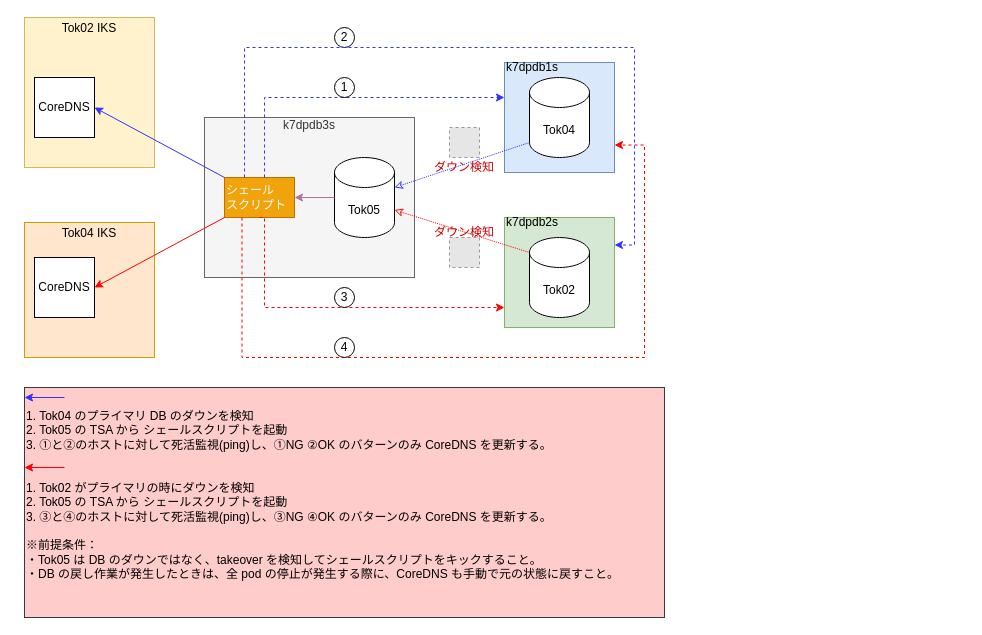
Before: page "Copy of Page-12" (13 of 16) of Untitled Diagram.drawio in stefan21jp/Liberty, a draw.io diagram. Source tidied: cells renumbered, new cells numbered last; positions are measured from the earlier drawing's top-left corner, leaving out a move shared by most shapes. Both pictures are drawn from the tidied source at 100%, with x=0, y=0 at pixel (24, 17). Pictures stored in the file or linked from it are replaced by grey dashed boxes.
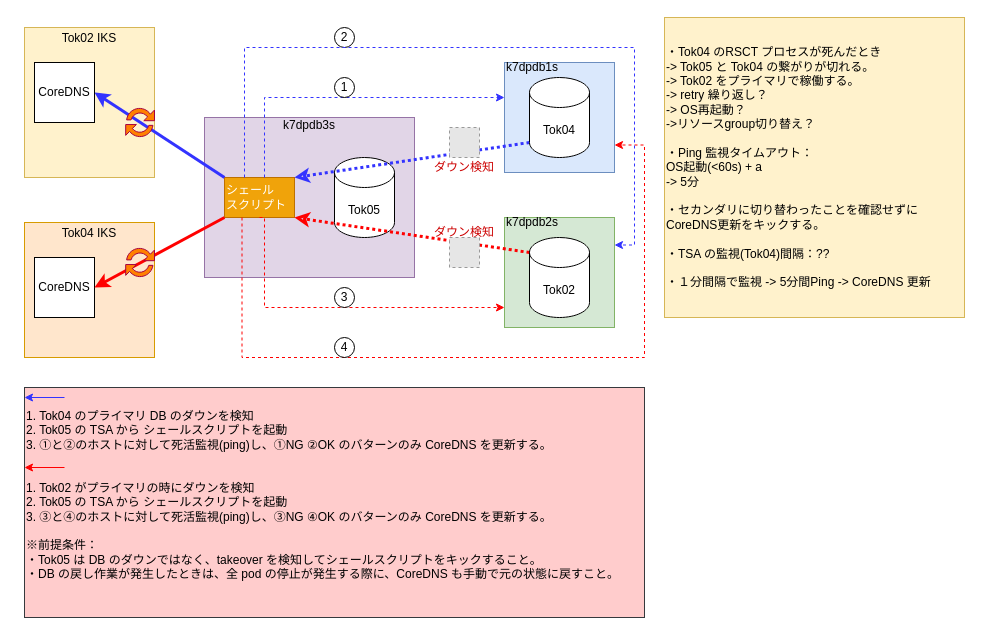
The same diagram, later.

Unchanged cells that the change refers to:
```xml
<mxCell id="3" value="&lt;div&gt;シェール&lt;/div&gt;&lt;div&gt;スクリプト&lt;br&gt;&lt;/div&gt;" style="rounded=0;whiteSpace=wrap;html=1;strokeColor=#BD7000;fillColor=#f0a30a;fontSize=12;align=left;fontColor=#ffffff;" parent="1" vertex="1">
  <mxGeometry x="200" y="160" width="70" height="40" as="geometry" />
</mxCell>
<mxCell id="4" value="&lt;div&gt;k7dpdb2s&lt;/div&gt;&lt;div&gt;&lt;br&gt;&lt;/div&gt;&lt;div&gt;&lt;br&gt;&lt;/div&gt;&lt;div&gt;&lt;br&gt;&lt;/div&gt;&lt;div&gt;&lt;br&gt;&lt;/div&gt;&lt;div&gt;&lt;br&gt;&lt;/div&gt;&lt;div&gt;&lt;br&gt;&lt;/div&gt;&lt;div&gt;&lt;br&gt;&lt;/div&gt;" style="whiteSpace=wrap;html=1;strokeColor=#82b366;fillColor=#d5e8d4;fontSize=12;align=left;" parent="1" vertex="1">
  <mxGeometry x="480" y="200" width="110" height="110" as="geometry" />
</mxCell>
<mxCell id="5" value="&lt;div&gt;k7dpdb1s&lt;/div&gt;&lt;div&gt;&lt;br&gt;&lt;/div&gt;&lt;div&gt;&lt;br&gt;&lt;/div&gt;&lt;div&gt;&lt;br&gt;&lt;/div&gt;&lt;div&gt;&lt;br&gt;&lt;/div&gt;&lt;div&gt;&lt;br&gt;&lt;/div&gt;&lt;div&gt;&lt;br&gt;&lt;/div&gt;&lt;div&gt;&lt;br&gt;&lt;/div&gt;" style="whiteSpace=wrap;html=1;strokeColor=#6c8ebf;fillColor=#dae8fc;fontSize=12;align=left;" parent="1" vertex="1">
  <mxGeometry x="480" y="45" width="110" height="110" as="geometry" />
</mxCell>
<mxCell id="8" value="Tok05" style="shape=cylinder3;whiteSpace=wrap;html=1;boundedLbl=1;backgroundOutline=1;size=15;" parent="1" vertex="1">
  <mxGeometry x="310" y="140" width="60" height="80" as="geometry" />
</mxCell>
<mxCell id="10" value="Tok04" style="shape=cylinder3;whiteSpace=wrap;html=1;boundedLbl=1;backgroundOutline=1;size=15;" parent="1" vertex="1">
  <mxGeometry x="505" y="60" width="60" height="80" as="geometry" />
</mxCell>
<mxCell id="12" value="Tok02" style="shape=cylinder3;whiteSpace=wrap;html=1;boundedLbl=1;backgroundOutline=1;size=15;" parent="1" vertex="1">
  <mxGeometry x="505" y="220" width="60" height="80" as="geometry" />
</mxCell>
<mxCell id="15" value="CoreDNS" style="whiteSpace=wrap;html=1;" parent="1" vertex="1">
  <mxGeometry x="10" y="240" width="60" height="60" as="geometry" />
</mxCell>
```

Diff of the diagram source:
```diff
@@
-    <mxCell id="2" value="&lt;div&gt;k7dpdb3s&lt;/div&gt;&lt;div&gt;&lt;br&gt;&lt;/div&gt;&lt;div&gt;&lt;br&gt;&lt;/div&gt;&lt;div&gt;&lt;br&gt;&lt;/div&gt;&lt;div&gt;&lt;br&gt;&lt;/div&gt;&lt;div&gt;&lt;br&gt;&lt;/div&gt;&lt;div&gt;&lt;br&gt;&lt;/div&gt;&lt;div&gt;&lt;br&gt;&lt;/div&gt;&lt;div&gt;&lt;br&gt;&lt;/div&gt;&lt;div&gt;&lt;br&gt;&lt;/div&gt;&lt;div&gt;&amp;nbsp; &lt;br&gt;&lt;/div&gt;" style="rounded=0;whiteSpace=wrap;html=1;strokeColor=#666666;fillColor=#f5f5f5;fontSize=12;align=center;fontColor=#333333;" parent="1" vertex="1">
+    <mxCell id="2" value="&lt;div&gt;k7dpdb3s&lt;/div&gt;&lt;div&gt;&lt;br&gt;&lt;/div&gt;&lt;div&gt;&lt;br&gt;&lt;/div&gt;&lt;div&gt;&lt;br&gt;&lt;/div&gt;&lt;div&gt;&lt;br&gt;&lt;/div&gt;&lt;div&gt;&lt;br&gt;&lt;/div&gt;&lt;div&gt;&lt;br&gt;&lt;/div&gt;&lt;div&gt;&lt;br&gt;&lt;/div&gt;&lt;div&gt;&lt;br&gt;&lt;/div&gt;&lt;div&gt;&lt;br&gt;&lt;/div&gt;&lt;div&gt;&amp;nbsp; &lt;br&gt;&lt;/div&gt;" style="rounded=0;whiteSpace=wrap;html=1;strokeColor=#9673a6;fillColor=#e1d5e7;fontSize=12;align=center;" parent="1" vertex="1">
       <mxGeometry x="180" y="100" width="210" height="160" as="geometry" />
     </mxCell>
@@
     <mxCell id="7" value="&lt;div align=&quot;center&quot;&gt;Tok02 IKS&lt;/div&gt;&lt;div align=&quot;center&quot;&gt;&lt;br&gt;&lt;/div&gt;&lt;div align=&quot;center&quot;&gt;&lt;br&gt;&lt;/div&gt;&lt;div align=&quot;center&quot;&gt;&lt;br&gt;&lt;/div&gt;&lt;div align=&quot;center&quot;&gt;&lt;br&gt;&lt;/div&gt;&lt;div align=&quot;center&quot;&gt;&lt;br&gt;&lt;/div&gt;&lt;div align=&quot;center&quot;&gt;&lt;br&gt;&lt;/div&gt;&lt;div align=&quot;center&quot;&gt;&lt;br&gt;&lt;/div&gt;&lt;div align=&quot;center&quot;&gt;&lt;br&gt;&lt;/div&gt;&lt;div align=&quot;center&quot;&gt;&lt;br&gt;&lt;/div&gt;" style="rounded=0;whiteSpace=wrap;html=1;align=center;fillColor=#fff2cc;strokeColor=#d6b656;" parent="1" vertex="1">
-      <mxGeometry width="130" height="150" as="geometry" />
+      <mxGeometry y="10" width="130" height="150" as="geometry" />
     </mxCell>
@@
-    <mxCell id="9" style="rounded=0;jettySize=auto;html=1;exitX=0;exitY=1;exitDx=0;exitDy=-15;exitPerimeter=0;strokeColor=#3333FF;dashed=1;dashPattern=1 1;endArrow=classic;endFill=0;" parent="1" edge="1" source="10" target="8">
-      <mxGeometry relative="1" as="geometry" />
+    <mxCell id="9" style="rounded=0;jettySize=auto;html=1;exitX=0;exitY=1;exitDx=0;exitDy=-15;exitPerimeter=0;strokeColor=#3333FF;dashed=1;dashPattern=1 1;endArrow=classic;endFill=0;strokeWidth=3;entryX=1;entryY=0;entryDx=0;entryDy=0;" parent="1" edge="1" source="10" target="3">
+      <mxGeometry x="130" y="80" as="geometry" />
     </mxCell>
@@
-    <mxCell id="11" style="edgeStyle=none;rounded=0;jettySize=auto;html=1;exitX=0;exitY=0;exitDx=0;exitDy=15;exitPerimeter=0;entryX=1;entryY=0;entryDx=0;entryDy=52.5;entryPerimeter=0;strokeColor=#FF0000;dashed=1;dashPattern=1 1;endArrow=classic;endFill=0;" parent="1" edge="1" source="12" target="8">
-      <mxGeometry relative="1" as="geometry" />
+    <mxCell id="11" style="edgeStyle=none;rounded=0;jettySize=auto;html=1;exitX=0;exitY=0;exitDx=0;exitDy=15;exitPerimeter=0;strokeColor=#FF0000;dashed=1;dashPattern=1 1;endArrow=classic;endFill=0;strokeWidth=3;entryX=1;entryY=1;entryDx=0;entryDy=0;" parent="1" edge="1" source="12" target="3">
+      <mxGeometry x="130" y="80" as="geometry" />
     </mxCell>
@@
-    <mxCell id="13" style="rounded=0;jettySize=auto;html=1;exitX=0;exitY=0;exitDx=0;exitDy=0;entryX=1;entryY=0.5;entryDx=0;entryDy=0;strokeColor=#3333FF;" parent="1" edge="1" source="3" target="26">
-      <mxGeometry relative="1" as="geometry" />
+    <mxCell id="13" style="rounded=0;jettySize=auto;html=1;exitX=0;exitY=0;exitDx=0;exitDy=0;entryX=1;entryY=0.5;entryDx=0;entryDy=0;strokeColor=#3333FF;strokeWidth=3;" parent="1" edge="1" source="3" target="26">
+      <mxGeometry x="130" y="80" as="geometry" />
     </mxCell>
     <mxCell id="14" style="edgeStyle=orthogonalEdgeStyle;rounded=0;orthogonalLoop=1;jettySize=auto;html=1;strokeColor=#3333FF;dashed=1;" parent="1" edge="1">
-      <mxGeometry relative="1" as="geometry">
+      <mxGeometry x="130" y="80" as="geometry">
         <mxPoint x="240" y="160" as="sourcePoint" />
         <mxPoint x="480" y="80" as="targetPoint" />
         <Array as="points">
           <mxPoint x="240" y="160" />
           <mxPoint x="240" y="80" />
         </Array>
       </mxGeometry>
     </mxCell>
@@
-    <mxCell id="16" style="rounded=0;jettySize=auto;html=1;exitX=0;exitY=1;exitDx=0;exitDy=0;entryX=1;entryY=0.5;entryDx=0;entryDy=0;strokeColor=#FF0000;" parent="1" edge="1" source="3" target="15">
-      <mxGeometry relative="1" as="geometry" />
+    <mxCell id="16" style="rounded=0;jettySize=auto;html=1;exitX=0;exitY=1;exitDx=0;exitDy=0;entryX=1;entryY=0.5;entryDx=0;entryDy=0;strokeColor=#FF0000;strokeWidth=3;" parent="1" edge="1" source="3" target="15">
+      <mxGeometry x="130" y="80" as="geometry" />
     </mxCell>
     <mxCell id="17" style="edgeStyle=orthogonalEdgeStyle;rounded=0;jettySize=auto;html=1;exitX=0.5;exitY=1;exitDx=0;exitDy=0;dashed=1;strokeColor=#FF0000;" parent="1" edge="1" source="3">
-      <mxGeometry relative="1" as="geometry">
+      <mxGeometry x="130" y="80" as="geometry">
         <mxPoint x="480" y="290" as="targetPoint" />
         <Array as="points">
           <mxPoint x="240" y="200" />
           <mxPoint x="240" y="290" />
         </Array>
       </mxGeometry>
     </mxCell>
     <mxCell id="18" style="edgeStyle=orthogonalEdgeStyle;rounded=0;jettySize=auto;html=1;exitX=0.25;exitY=1;exitDx=0;exitDy=0;dashed=1;strokeColor=#FF0000;entryX=1;entryY=0.75;entryDx=0;entryDy=0;" parent="1" edge="1" source="3" target="5">
-      <mxGeometry relative="1" as="geometry">
+      <mxGeometry x="130" y="80" as="geometry">
         <Array as="points">
           <mxPoint x="218" y="340" />
           <mxPoint x="620" y="340" />
           <mxPoint x="620" y="128" />
         </Array>
       </mxGeometry>
     </mxCell>
@@
     <mxCell id="23" value="&lt;div style=&quot;font-size: 12px&quot;&gt;1. Tok04 のプライマリ DB のダウンを検知&lt;/div&gt;&lt;div style=&quot;font-size: 12px&quot;&gt;2. Tok05 の TSA から シェールスクリプトを起動&lt;/div&gt;&lt;div style=&quot;font-size: 12px&quot;&gt;3. ①と②のホストに対して死活監視(ping)し、①NG ②OK のバターンのみ CoreDNS を更新する。&lt;/div&gt;&lt;div style=&quot;font-size: 12px&quot;&gt;&lt;br style=&quot;font-size: 12px&quot;&gt;&lt;/div&gt;&lt;div style=&quot;font-size: 12px&quot;&gt;&lt;br style=&quot;font-size: 12px&quot;&gt;&lt;/div&gt;&lt;div style=&quot;font-size: 12px&quot;&gt;&lt;div style=&quot;font-size: 12px&quot;&gt;1. Tok02 がプライマリの時にダウンを検知&lt;/div&gt;&lt;div style=&quot;font-size: 12px&quot;&gt;2. Tok05 の TSA から シェールスクリプトを起動&lt;/div&gt;&lt;div style=&quot;font-size: 12px&quot;&gt;3. ③と④のホストに対して死活監視(ping)し、③NG ④OK のバターンのみ CoreDNS を更新する。&lt;/div&gt;&lt;div style=&quot;font-size: 12px&quot;&gt;&lt;br style=&quot;font-size: 12px&quot;&gt;&lt;/div&gt;&lt;div style=&quot;font-size: 12px&quot;&gt;※前提条件：&lt;/div&gt;&lt;div style=&quot;font-size: 12px&quot;&gt;・Tok05 は DB のダウンではなく、takeover を検知してシェールスクリプトをキックすること。&lt;/div&gt;&lt;div style=&quot;font-size: 12px&quot;&gt;・DB の戻し作業が発生したときは、全 pod の停止が発生する際に、CoreDNS も手動で元の状態に戻すこと。&lt;/div&gt;&lt;div style=&quot;font-size: 12px&quot;&gt;&lt;br style=&quot;font-size: 12px&quot;&gt;&lt;/div&gt;&lt;/div&gt;" style="rounded=0;whiteSpace=wrap;html=1;align=left;fontSize=12;fillColor=#ffcccc;strokeColor=#36393d;" parent="1" vertex="1">
-      <mxGeometry y="370" width="640" height="230" as="geometry" />
+      <mxGeometry y="370" width="620" height="230" as="geometry" />
     </mxCell>
     <mxCell id="24" style="endArrow=classic;html=1;strokeColor=#FF0000;fontSize=14;" parent="1" edge="1">
-      <mxGeometry relative="1" as="geometry">
+      <mxGeometry x="130" y="80" as="geometry">
         <mxPoint x="40" y="450" as="sourcePoint" />
         <mxPoint y="450" as="targetPoint" />
       </mxGeometry>
     </mxCell>
     <mxCell id="25" style="endArrow=classic;html=1;fontSize=14;strokeColor=#3333FF;" parent="1" edge="1">
-      <mxGeometry relative="1" as="geometry">
+      <mxGeometry x="130" y="80" as="geometry">
         <mxPoint x="40" y="380" as="sourcePoint" />
         <mxPoint y="380" as="targetPoint" />
       </mxGeometry>
     </mxCell>
     <mxCell id="26" value="CoreDNS" style="whiteSpace=wrap;html=1;" parent="1" vertex="1">
-      <mxGeometry x="10" y="60" width="60" height="60" as="geometry" />
+      <mxGeometry x="10" y="45" width="60" height="60" as="geometry" />
     </mxCell>
     <mxCell id="27" style="edgeStyle=orthogonalEdgeStyle;rounded=0;jettySize=auto;html=1;dashed=1;strokeColor=#3333FF;entryX=1;entryY=0.25;entryDx=0;entryDy=0;" parent="1" edge="1" target="4">
-      <mxGeometry relative="1" as="geometry">
+      <mxGeometry x="130" y="80" as="geometry">
         <mxPoint x="220" y="160" as="sourcePoint" />
         <Array as="points">
           <mxPoint x="220" y="30" />
           <mxPoint x="610" y="30" />
           <mxPoint x="610" y="228" />
         </Array>
       </mxGeometry>
     </mxCell>
-    <mxCell id="28" style="endArrow=classic;html=1;exitX=0;exitY=0.5;exitDx=0;exitDy=0;exitPerimeter=0;entryX=1;entryY=0.5;entryDx=0;entryDy=0;strokeColor=#B5739D;" parent="1" edge="1" source="8" target="3">
-      <mxGeometry relative="1" as="geometry" />
-    </mxCell>
@@
+    <mxCell id="33" style="shadow=0;dashed=0;html=1;strokeColor=#A50040;labelPosition=center;verticalLabelPosition=bottom;verticalAlign=top;align=center;shape=mxgraph.mscae.intune.update;fontColor=#ffffff;fillColor=#FF8000;" parent="1" vertex="1">
+      <mxGeometry x="101.2" y="90" width="28.8" height="30" as="geometry" />
+    </mxCell>
+    <mxCell id="34" style="shadow=0;dashed=0;html=1;strokeColor=#A50040;labelPosition=center;verticalLabelPosition=bottom;verticalAlign=top;align=center;shape=mxgraph.mscae.intune.update;fontColor=#ffffff;fillColor=#FF8000;" parent="1" vertex="1">
+      <mxGeometry x="101.2" y="230" width="28.8" height="30" as="geometry" />
+    </mxCell>
+    <mxCell id="35" value="&lt;div align=&quot;left&quot;&gt;・Tok04 のRSCT プロセスが死んだとき&lt;/div&gt;&lt;div align=&quot;left&quot;&gt;-&amp;gt; Tok05 と Tok04 の繋がりが切れる。&lt;/div&gt;&lt;div align=&quot;left&quot;&gt;-&amp;gt; Tok02 をプライマリで稼働する。&lt;br&gt;&lt;/div&gt;&lt;div align=&quot;left&quot;&gt;-&amp;gt; retry 繰り返し？&lt;br&gt;&lt;/div&gt;&lt;div align=&quot;left&quot;&gt;-&amp;gt; OS再起動？&lt;/div&gt;&lt;div align=&quot;left&quot;&gt;-&amp;gt;リソースgroup切り替え？&lt;/div&gt;&lt;div align=&quot;left&quot;&gt;&lt;br&gt;&lt;/div&gt;&lt;div align=&quot;left&quot;&gt;・Ping 監視タイムアウト：&lt;/div&gt;&lt;div align=&quot;left&quot;&gt;OS起動(&amp;lt;60s) + a&lt;/div&gt;&lt;div align=&quot;left&quot;&gt;-&amp;gt; 5分&lt;/div&gt;&lt;div align=&quot;left&quot;&gt;&lt;br&gt;&lt;/div&gt;&lt;div align=&quot;left&quot;&gt;・セカンダリに切り替わったことを確認せずにCoreDNS更新をキックする。&lt;/div&gt;&lt;div align=&quot;left&quot;&gt;&lt;br&gt;&lt;/div&gt;&lt;div align=&quot;left&quot;&gt;・TSA の監視(Tok04)間隔：??&lt;/div&gt;&lt;div align=&quot;left&quot;&gt;&lt;br&gt;&lt;/div&gt;&lt;div align=&quot;left&quot;&gt;・１分間隔で監視 -&amp;gt; 5分間Ping -&amp;gt; CoreDNS 更新&lt;br&gt;&lt;/div&gt;" style="whiteSpace=wrap;html=1;fillColor=#fff2cc;strokeColor=#d6b656;align=left;" parent="1" vertex="1">
+      <mxGeometry x="640" width="300" height="300" as="geometry" />
+    </mxCell>
```
